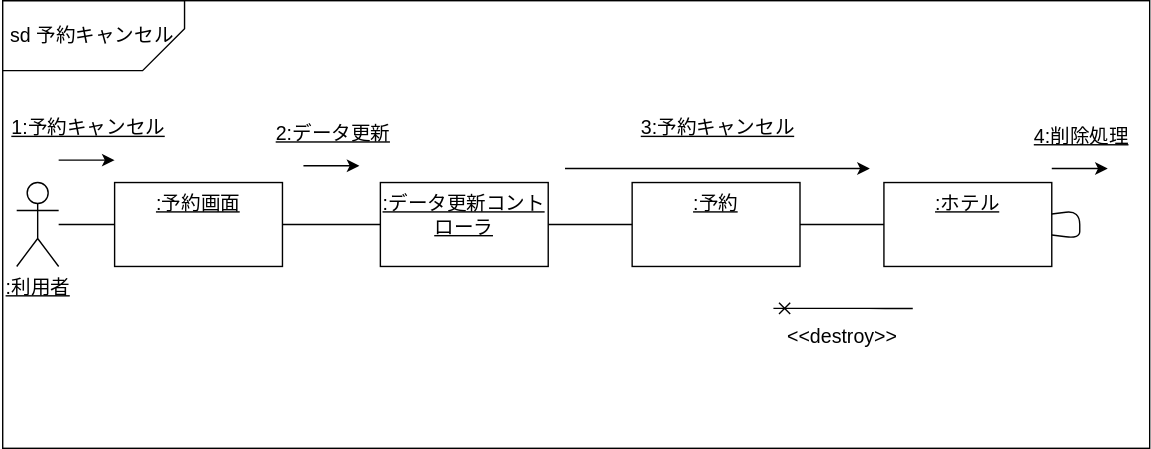
Ragamn/uml-introduction keeps this draw.io diagram as 演習５-2_CD_予約登録削除.drawio.svg. Above is the earlier version. Source tidied: cells renumbered, new cells last; positions are measured from the earlier drawing's top-left corner, leaving out a move shared by most shapes.
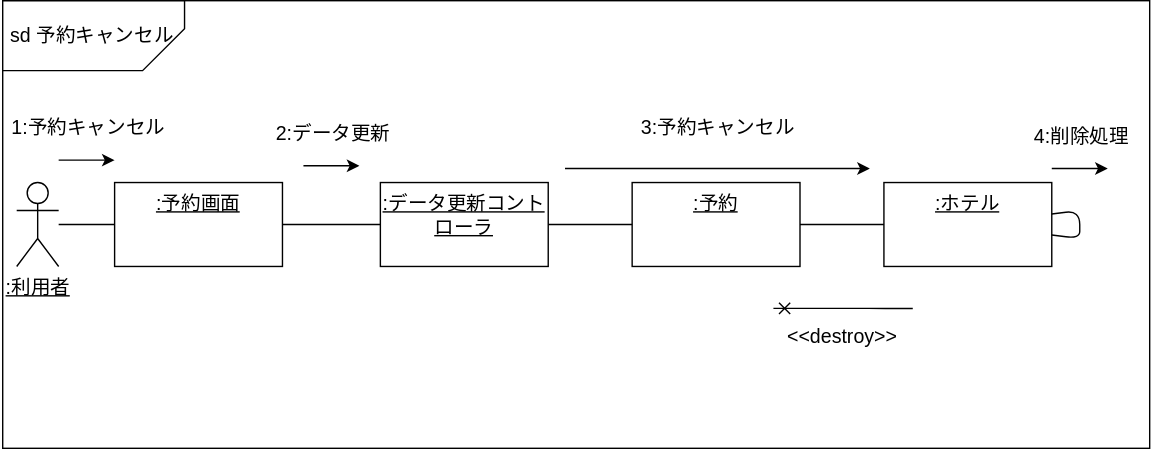
Above is the later version.

Change to the diagram source:
```diff
@@ -47,7 +47,7 @@
         <mxPoint x="81" y="114" as="targetPoint" />
       </mxGeometry>
     </mxCell>
-    <mxCell id="16" value="&lt;u&gt;1:予約キャンセル&lt;/u&gt;" style="edgeLabel;html=1;align=center;verticalAlign=middle;fontSize=14;" parent="15" vertex="1">
+    <mxCell id="16" value="1:予約キャンセル" style="edgeLabel;html=1;align=center;verticalAlign=middle;fontSize=14;" parent="15" vertex="1">
       <mxGeometry x="0.44" y="-1" relative="1" as="geometry">
         <mxPoint x="-9" y="-25" as="offset" />
       </mxGeometry>
@@ -58,7 +58,7 @@
         <mxPoint x="791" y="120" as="targetPoint" />
       </mxGeometry>
     </mxCell>
-    <mxCell id="18" value="&lt;u&gt;4:削除処理&lt;/u&gt;" style="edgeLabel;html=1;align=center;verticalAlign=middle;fontSize=14;" parent="17" vertex="1">
+    <mxCell id="18" value="4:削除処理" style="edgeLabel;html=1;align=center;verticalAlign=middle;fontSize=14;" parent="17" vertex="1">
       <mxGeometry x="0.44" y="-1" relative="1" as="geometry">
         <mxPoint x="-9" y="-25" as="offset" />
       </mxGeometry>
@@ -82,7 +82,7 @@
         <mxPoint x="256" y="158" as="targetPoint" />
       </mxGeometry>
     </mxCell>
-    <mxCell id="22" value="&lt;u&gt;2:データ更新&lt;/u&gt;" style="edgeLabel;html=1;align=center;verticalAlign=middle;fontSize=14;" parent="21" vertex="1">
+    <mxCell id="22" value="2:データ更新" style="edgeLabel;html=1;align=center;verticalAlign=middle;fontSize=14;" parent="21" vertex="1">
       <mxGeometry x="0.44" y="-1" relative="1" as="geometry">
         <mxPoint x="-9" y="-25" as="offset" />
       </mxGeometry>
@@ -92,7 +92,7 @@
         <mxPoint x="403" y="160" as="sourcePoint" />
       </mxGeometry>
     </mxCell>
-    <mxCell id="24" value="&lt;u&gt;3:予約キャンセル&lt;/u&gt;" style="edgeLabel;html=1;align=center;verticalAlign=middle;fontSize=14;" parent="23" vertex="1">
+    <mxCell id="24" value="3:予約キャンセル" style="edgeLabel;html=1;align=center;verticalAlign=middle;fontSize=14;" parent="23" vertex="1">
       <mxGeometry x="0.44" y="-1" relative="1" as="geometry">
         <mxPoint x="-49" y="-31" as="offset" />
       </mxGeometry>
```
